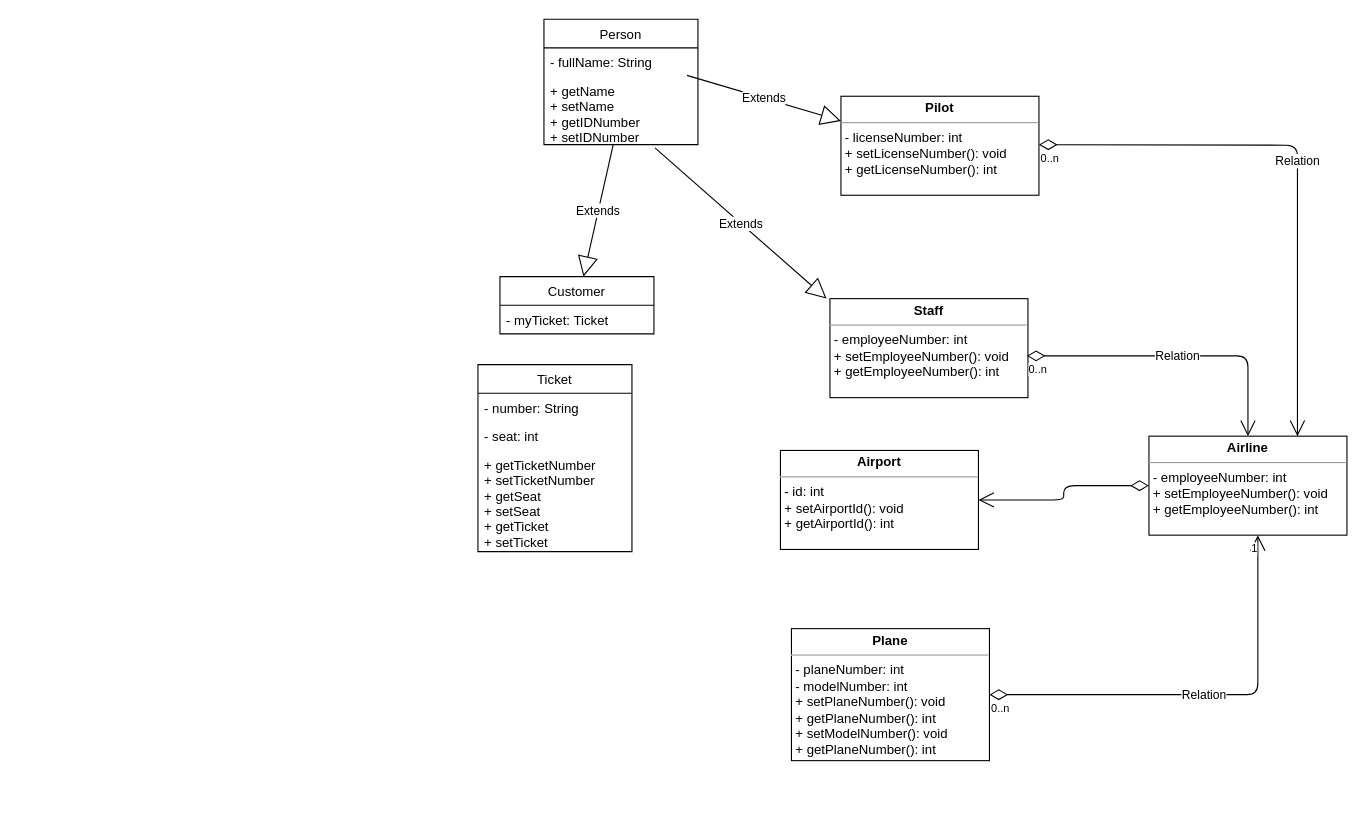
marciasilva/Files keeps this draw.io diagram as Untitled Diagram.drawio. Above is the earlier version. Source tidied: cells renumbered, new cells numbered last; positions are measured from the earlier drawing's top-left corner, leaving out a move shared by most shapes. Both pictures are drawn from the tidied source at 110%, with x=0, y=0 at pixel (477, 19).
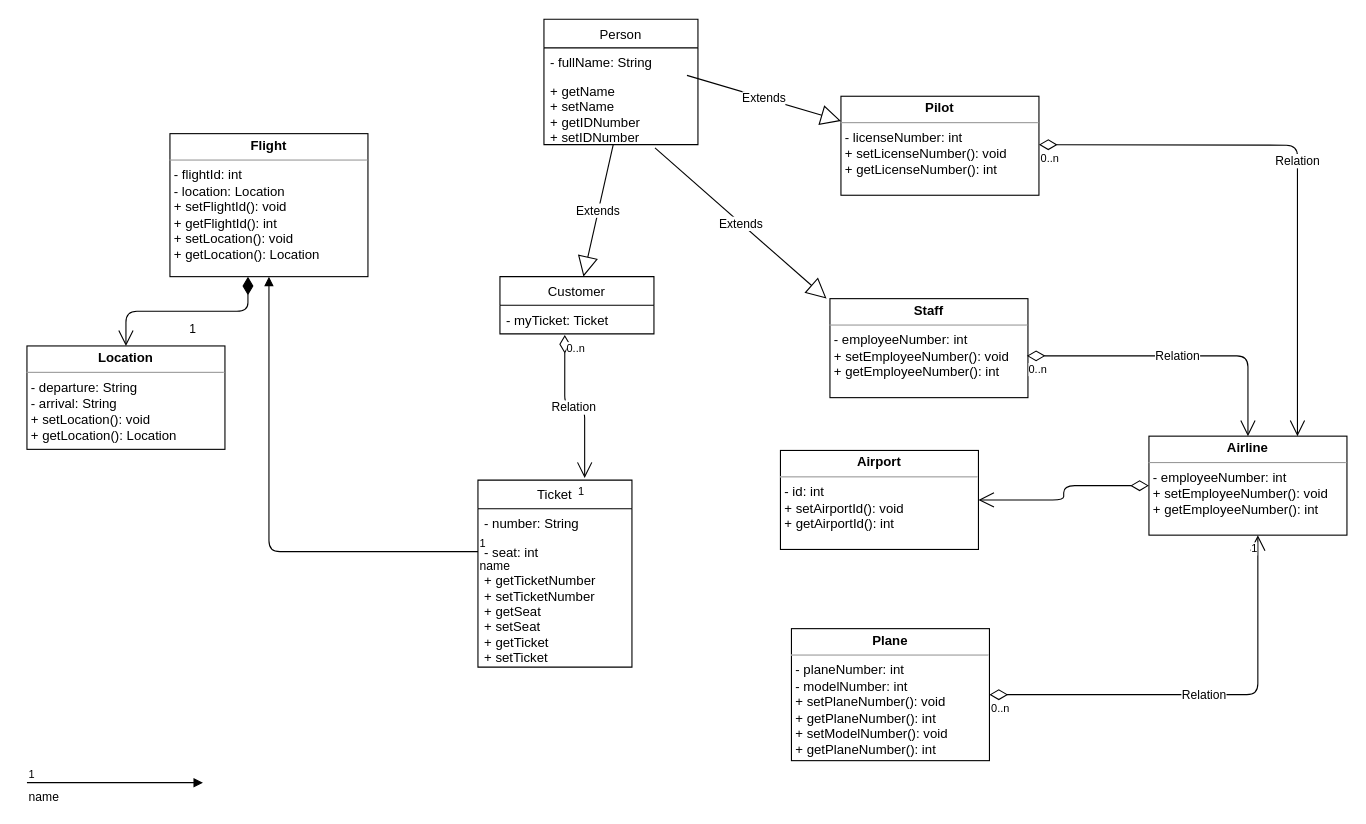
The same page after the edit.

Commit message:
include flight and location

Unchanged cells that the change refers to:
```xml
<mxCell id="6" value="- myTicket: Ticket" style="text;strokeColor=none;fillColor=none;align=left;verticalAlign=top;spacingLeft=4;spacingRight=4;overflow=hidden;points=[[0,0.5],[1,0.5]];portConstraint=eastwest;" parent="5" vertex="1">
  <mxGeometry y="26" width="140" height="26" as="geometry" />
</mxCell>
<mxCell id="9" value="- seat: int" style="text;strokeColor=none;fillColor=none;align=left;verticalAlign=top;spacingLeft=4;spacingRight=4;overflow=hidden;points=[[0,0.5],[1,0.5]];portConstraint=eastwest;" parent="7" vertex="1">
  <mxGeometry y="52" width="140" height="26" as="geometry" />
</mxCell>
```

The edit, as a diff of the source:
```diff
@@
     <mxCell id="7" value="Ticket" style="swimlane;fontStyle=0;horizontal=1;startSize=26;fillColor=none;" parent="1" vertex="1">
-      <mxGeometry y="314" width="140" height="170" as="geometry" />
+      <mxGeometry y="419" width="140" height="170" as="geometry" />
     </mxCell>
@@
+    <mxCell id="28" value="&lt;p style=&quot;margin: 0px ; margin-top: 4px ; text-align: center&quot;&gt;&lt;b&gt;Location&lt;/b&gt;&lt;/p&gt;&lt;hr size=&quot;1&quot;&gt;&lt;p style=&quot;margin: 0px ; margin-left: 4px&quot;&gt;- departure: String&lt;/p&gt;&lt;p style=&quot;margin: 0px ; margin-left: 4px&quot;&gt;- arrival: String&lt;/p&gt;&lt;p style=&quot;margin: 0px ; margin-left: 4px&quot;&gt;+ setLocation(): void&lt;/p&gt;&lt;p style=&quot;margin: 0px ; margin-left: 4px&quot;&gt;+ getLocation(): Location&lt;/p&gt;" style="verticalAlign=top;align=left;overflow=fill;fontSize=12;fontFamily=Helvetica;html=1;" parent="1" vertex="1">
+      <mxGeometry x="-410" y="297" width="180" height="94" as="geometry" />
+    </mxCell>
+    <mxCell id="29" value="&lt;p style=&quot;margin: 0px ; margin-top: 4px ; text-align: center&quot;&gt;&lt;b&gt;Flight&lt;/b&gt;&lt;/p&gt;&lt;hr size=&quot;1&quot;&gt;&lt;p style=&quot;margin: 0px ; margin-left: 4px&quot;&gt;- flightId: int&lt;/p&gt;&lt;p style=&quot;margin: 0px ; margin-left: 4px&quot;&gt;- location: Location&lt;/p&gt;&lt;p style=&quot;margin: 0px ; margin-left: 4px&quot;&gt;+ setFlightId(): void&lt;/p&gt;&lt;p style=&quot;margin: 0px ; margin-left: 4px&quot;&gt;+ getFlightId(): int&lt;/p&gt;&lt;p style=&quot;margin: 0px ; margin-left: 4px&quot;&gt;+ setLocation(): void&lt;/p&gt;&lt;p style=&quot;margin: 0px ; margin-left: 4px&quot;&gt;+ getLocation(): Location&lt;/p&gt;" style="verticalAlign=top;align=left;overflow=fill;fontSize=12;fontFamily=Helvetica;html=1;" parent="1" vertex="1">
+      <mxGeometry x="-280" y="104" width="180" height="130" as="geometry" />
+    </mxCell>
+    <mxCell id="30" value="1" style="endArrow=open;html=1;endSize=12;startArrow=diamondThin;startSize=14;startFill=1;edgeStyle=orthogonalEdgeStyle;align=left;verticalAlign=bottom;exitX=0.394;exitY=1;exitDx=0;exitDy=0;exitPerimeter=0;" parent="1" edge="1" source="29" target="28">
+      <mxGeometry x="-0.01" y="25" relative="1" as="geometry" />
+    </mxCell>
+    <mxCell id="31" value="name" style="endArrow=block;endFill=1;html=1;edgeStyle=orthogonalEdgeStyle;align=left;verticalAlign=top;exitX=0;exitY=0.5;exitDx=0;exitDy=0;" parent="1" edge="1" source="9" target="29">
+      <mxGeometry x="-1" relative="1" as="geometry" />
+    </mxCell>
+    <mxCell id="32" value="1" style="html=1;align=left;verticalAlign=bottom;labelBackgroundColor=#ffffff;fontSize=10;" parent="31" vertex="1">
+      <mxGeometry x="-1" relative="1" as="geometry" />
+    </mxCell>
+    <mxCell id="33" value="name" style="endArrow=block;endFill=1;html=1;edgeStyle=orthogonalEdgeStyle;align=left;verticalAlign=top;" parent="1" edge="1">
+      <mxGeometry x="-1" relative="1" as="geometry">
+        <mxPoint x="-410" y="694" as="sourcePoint" />
+        <mxPoint x="-250" y="694" as="targetPoint" />
+      </mxGeometry>
+    </mxCell>
+    <mxCell id="34" value="1" style="html=1;align=left;verticalAlign=bottom;labelBackgroundColor=#ffffff;fontSize=10;" parent="33" vertex="1">
+      <mxGeometry x="-1" relative="1" as="geometry" />
+    </mxCell>
+    <mxCell id="35" value="Relation" style="endArrow=open;html=1;endSize=12;startArrow=diamondThin;startSize=14;startFill=0;edgeStyle=orthogonalEdgeStyle;exitX=0.421;exitY=1.038;exitDx=0;exitDy=0;exitPerimeter=0;entryX=0.693;entryY=-0.012;entryDx=0;entryDy=0;entryPerimeter=0;" parent="1" edge="1" source="6" target="7">
+      <mxGeometry relative="1" as="geometry" />
+    </mxCell>
+    <mxCell id="36" value="0..n" style="html=1;align=left;verticalAlign=top;labelBackgroundColor=#ffffff;fontSize=10;" parent="35" vertex="1">
+      <mxGeometry x="-1" relative="1" as="geometry" />
+    </mxCell>
+    <mxCell id="37" value="1" style="html=1;align=right;verticalAlign=top;labelBackgroundColor=#ffffff;fontSize=10;" parent="35" vertex="1">
+      <mxGeometry x="1" relative="1" as="geometry" />
+    </mxCell>
```
